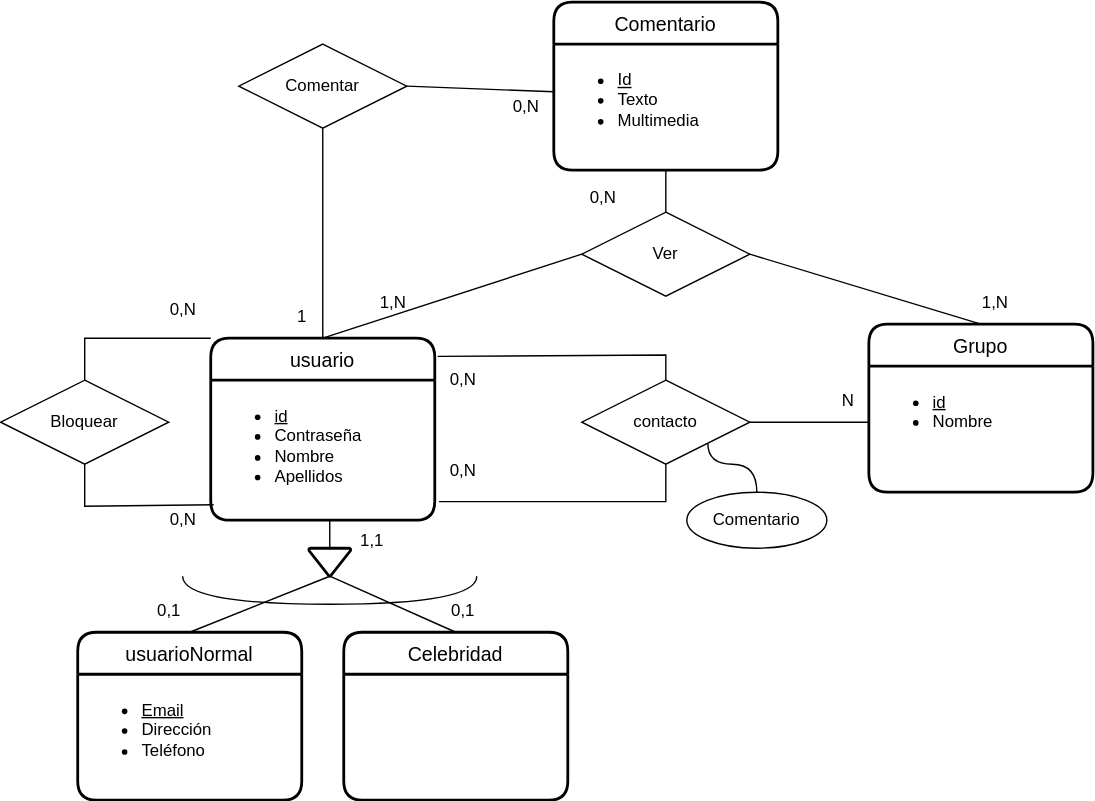
Above: UD12-14.svg in Jimxx22/C3-UD11-UML (draw.io), before the change. Source tidied: cells renumbered, new cells last; positions are measured from the earlier drawing's top-left corner, leaving out a move shared by most shapes.
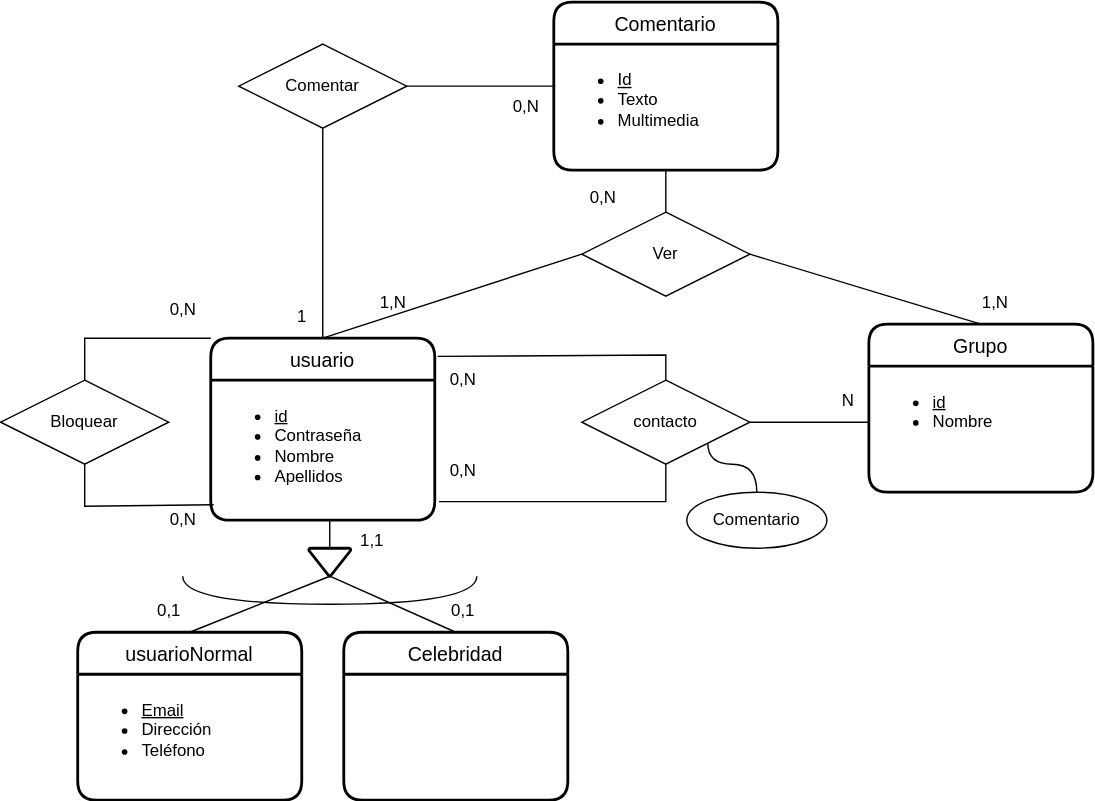
The same diagram one commit later.

Change to the diagram source:
```diff
@@ -136,7 +136,7 @@
     <mxCell id="39" style="endArrow=none;html=1;rounded=0;labelBackgroundColor=none;entryX=0.5;entryY=1;entryDx=0;entryDy=0;exitX=0.5;exitY=0;exitDx=0;exitDy=0;" parent="1" edge="1" source="2" target="38">
       <mxGeometry relative="1" as="geometry" />
     </mxCell>
-    <mxCell id="40" style="endArrow=none;html=1;rounded=0;labelBackgroundColor=none;exitX=1;exitY=0.5;exitDx=0;exitDy=0;entryX=0;entryY=0.378;entryDx=0;entryDy=0;entryPerimeter=0;" parent="1" edge="1" source="38" target="11">
+    <mxCell id="40" style="endArrow=none;html=1;rounded=0;labelBackgroundColor=none;exitX=1;exitY=0.5;exitDx=0;exitDy=0;entryX=0.006;entryY=0.333;entryDx=0;entryDy=0;entryPerimeter=0;" parent="1" edge="1" source="38" target="11">
       <mxGeometry relative="1" as="geometry" />
     </mxCell>
     <mxCell id="41" value="0,N" style="text;html=1;align=center;verticalAlign=middle;strokeColor=none;fillColor=none;" parent="1" vertex="1">
```
